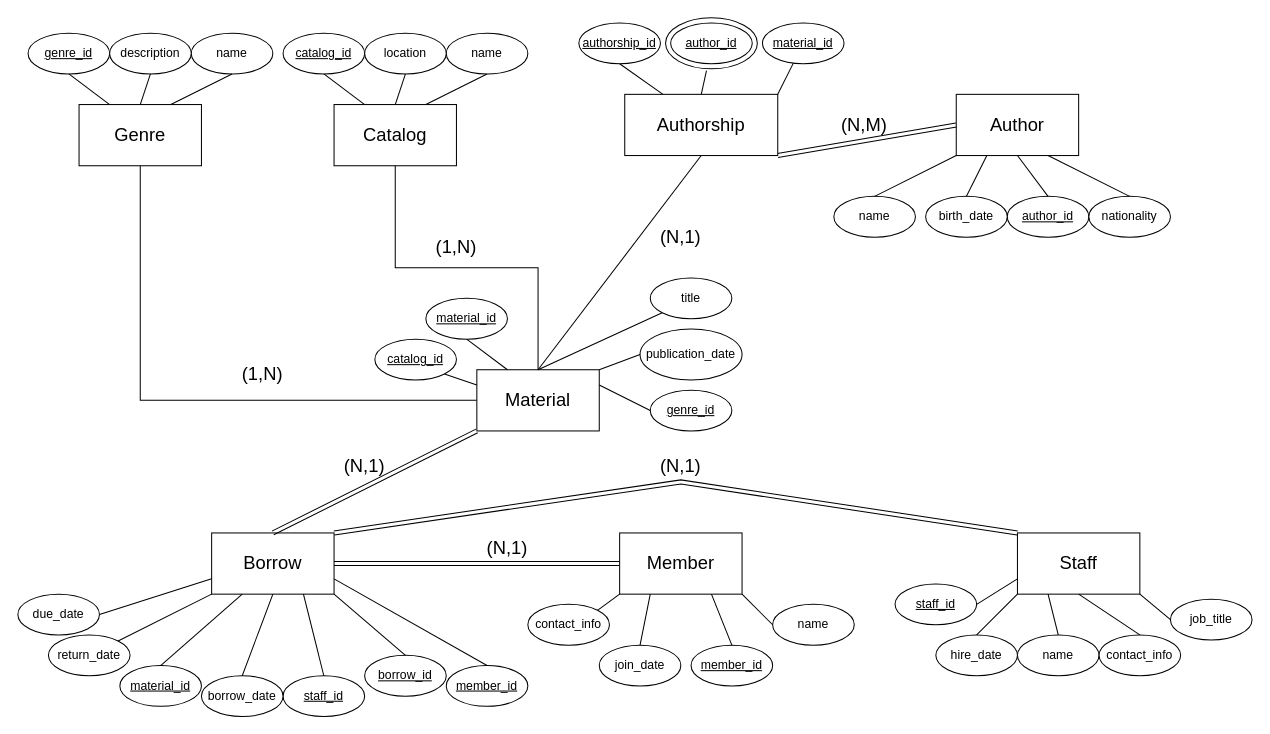
Earlier version of the draw.io diagram library_erd.drawio (jonathanwilsonami/library_db). Source tidied: cells renumbered, new cells numbered last; positions are measured from the earlier drawing's top-left corner, leaving out a move shared by most shapes. Both pictures are drawn from the tidied source at 102%, with x=0, y=0 at pixel (17, 17).
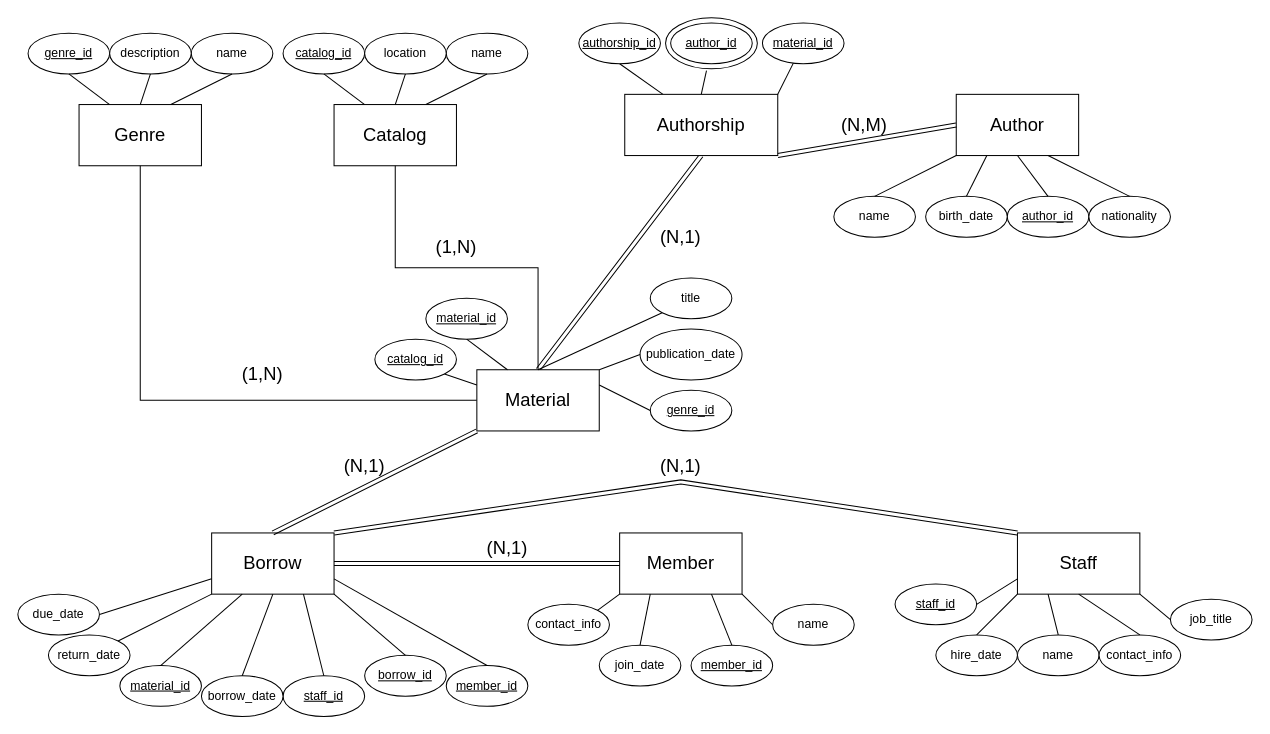
Above is the later version.

The change refers to these unchanged cells:
```xml
<mxCell id="79" value="&lt;font style=&quot;font-size: 18px;&quot;&gt;Material&lt;/font&gt;" style="whiteSpace=wrap;html=1;" parent="1" vertex="1">
  <mxGeometry x="450" y="345" width="120" height="60" as="geometry" />
</mxCell>
<mxCell id="98" value="&lt;font style=&quot;font-size: 18px;&quot;&gt;Authorship&lt;/font&gt;" style="whiteSpace=wrap;html=1;" parent="1" vertex="1">
  <mxGeometry x="595" y="75" width="150" height="60" as="geometry" />
</mxCell>
```

Diff of the diagram source:
```diff
@@
-    <mxCell id="73" style="endArrow=none;html=1;rounded=0;exitX=0.5;exitY=0;exitDx=0;exitDy=0;entryX=0.5;entryY=1;entryDx=0;entryDy=0;" parent="1" edge="1" source="79" target="98">
+    <mxCell id="73" style="endArrow=none;html=1;rounded=0;exitX=0.5;exitY=0;exitDx=0;exitDy=0;entryX=0.5;entryY=1;entryDx=0;entryDy=0;shape=link;" parent="1" edge="1" source="79" target="98">
       <mxGeometry relative="1" as="geometry" />
     </mxCell>
```
